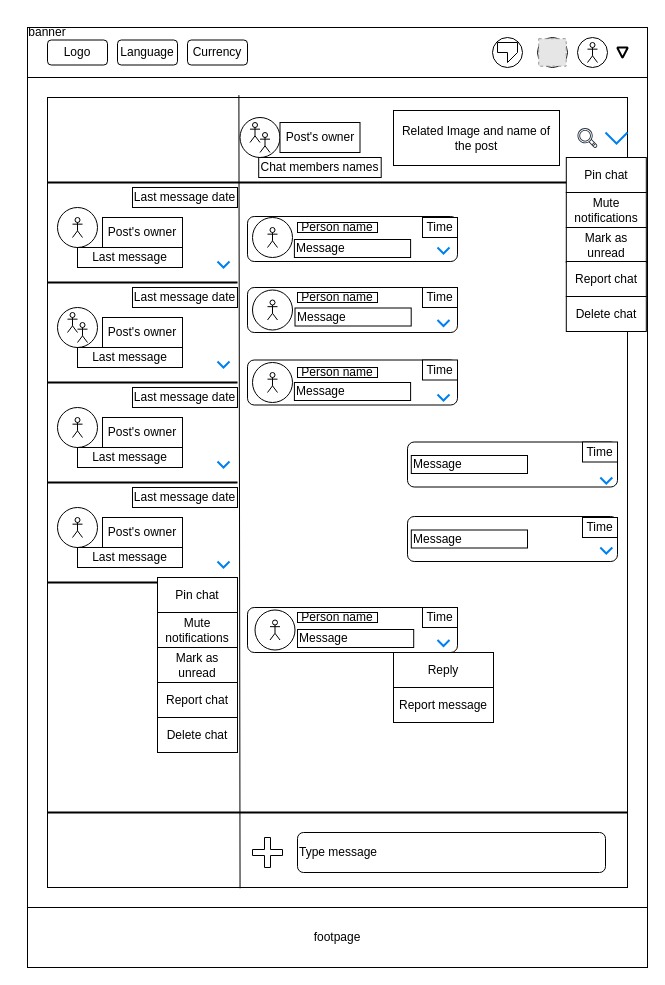
Earlier version of the draw.io diagram CroquisWeb/DrawIO/Chats (Desktop POV).drawio (sofwarebakery/CroquisWeb). Source tidied: cells renumbered, new cells numbered last; positions are measured from the earlier drawing's top-left corner, leaving out a move shared by most shapes. Both pictures are drawn from the tidied source at 100%, with x=0, y=0 at pixel (17, 17). Pictures stored in the file or linked from it are replaced by grey dashed boxes.
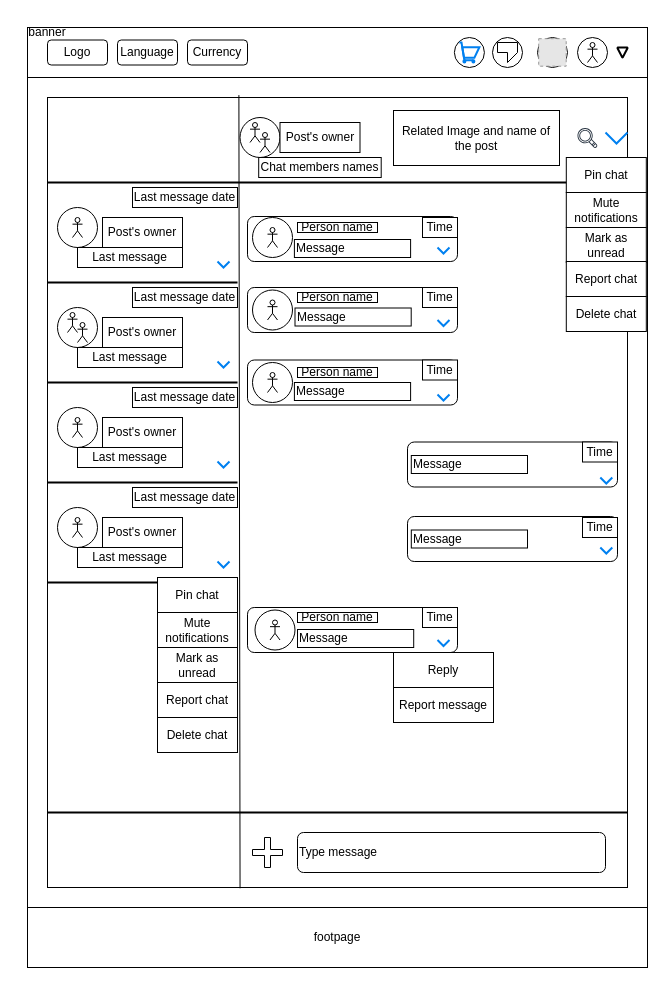
After the change.

Change to the diagram source:
```diff
@@
+    <mxCell id="108" style="ellipse;whiteSpace=wrap;html=1;" parent="1" vertex="1">
+      <mxGeometry x="436.9" y="20" width="30" height="30" as="geometry" />
+    </mxCell>
+    <mxCell id="109" style="html=1;verticalLabelPosition=bottom;align=center;labelBackgroundColor=#ffffff;verticalAlign=top;strokeWidth=2;strokeColor=#0080F0;shadow=0;dashed=0;shape=mxgraph.ios7.icons.shopping_cart;" parent="1" vertex="1">
+      <mxGeometry x="441.9" y="25" width="20" height="20" as="geometry" />
+    </mxCell>
```
